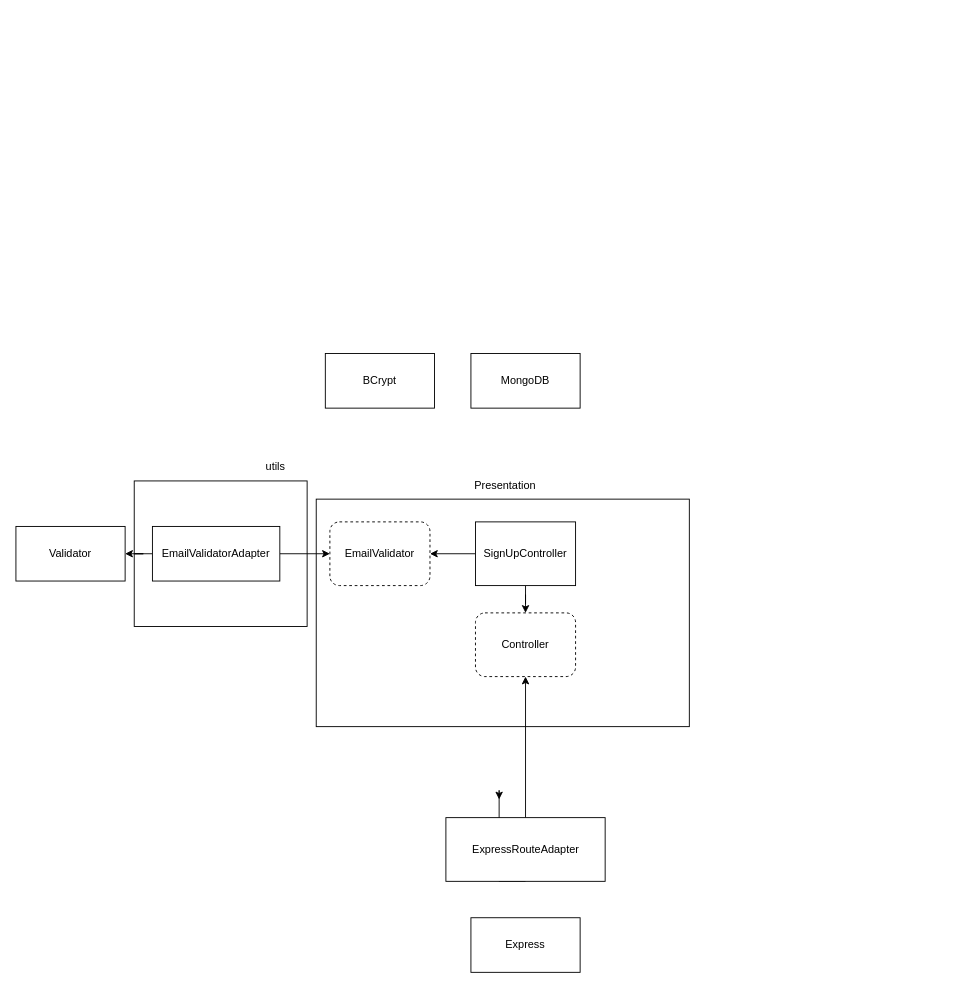
jnunes-ds/clean-node-api keeps this draw.io diagram as Diagrama sem nome.drawio. Above is the earlier version. Source tidied: cells renumbered, new cells numbered last; positions are measured from the earlier drawing's top-left corner, leaving out a move shared by most shapes. Both pictures are drawn from the tidied source at 91%, with x=0, y=0 at pixel (15, 353).
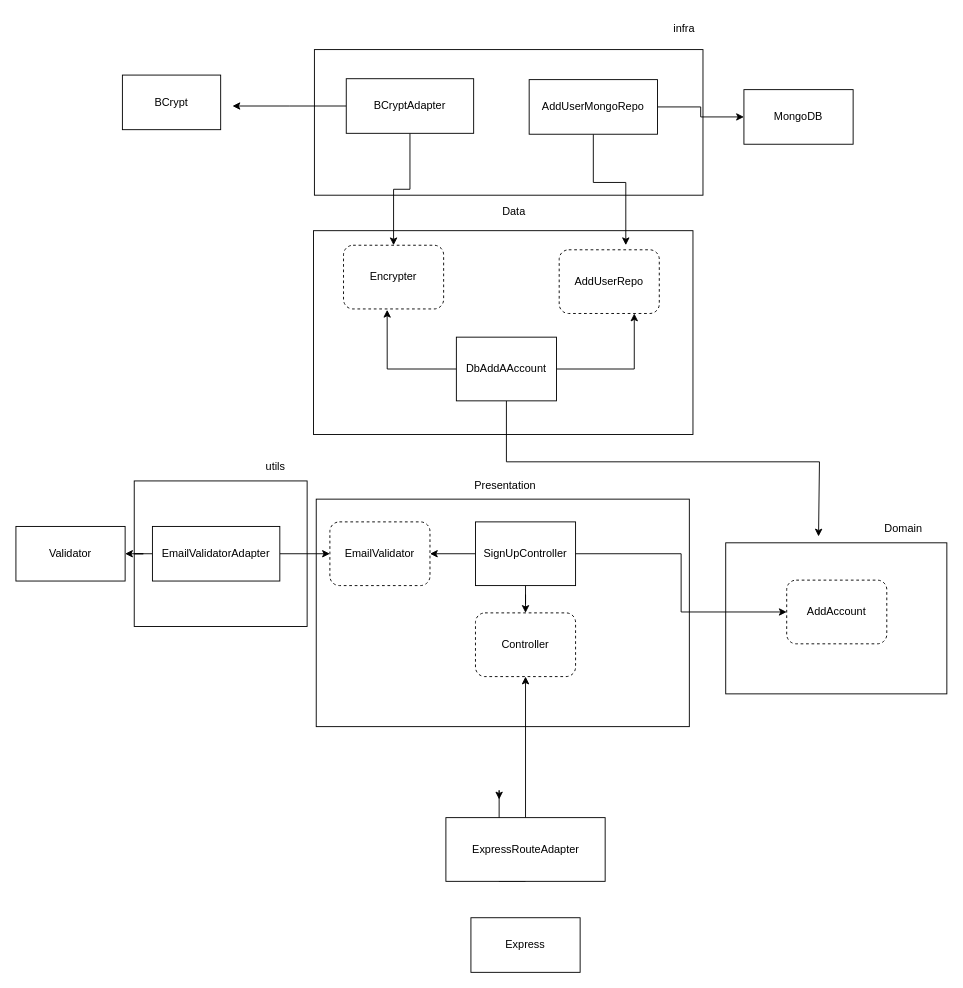
The same page after the edit.

Unchanged cells that the change refers to:
```xml
<mxCell id="7" value="SignUpController&lt;br&gt;" style="rounded=0;whiteSpace=wrap;html=1;" parent="1" vertex="1">
  <mxGeometry x="505" y="185" width="110" height="70" as="geometry" />
</mxCell>
```

Change to the diagram source:
```diff
@@
+    <mxCell id="21" style="rounded=0;whiteSpace=wrap;html=1;" parent="1" vertex="1">
+      <mxGeometry x="780" y="208" width="243" height="166" as="geometry" />
+    </mxCell>
@@
+    <mxCell id="22" style="edgeStyle=orthogonalEdgeStyle;rounded=0;jettySize=auto;html=1;entryX=0;entryY=0.5;entryDx=0;entryDy=0;" parent="1" edge="1" source="7" target="23">
+      <mxGeometry relative="1" as="geometry" />
+    </mxCell>
@@
     <mxCell id="9" value="MongoDB" style="rounded=0;whiteSpace=wrap;html=1;" parent="1" vertex="1">
-      <mxGeometry x="500" width="120" height="60" as="geometry" />
+      <mxGeometry x="800" y="-290" width="120" height="60" as="geometry" />
     </mxCell>
     <mxCell id="10" value="BCrypt" style="rounded=0;whiteSpace=wrap;html=1;" parent="1" vertex="1">
-      <mxGeometry x="340" width="120" height="60" as="geometry" />
+      <mxGeometry x="117" y="-306" width="108" height="60" as="geometry" />
     </mxCell>
@@
+    <mxCell id="23" value="AddAccount" style="rounded=1;whiteSpace=wrap;html=1;fillStyle=auto;gradientColor=none;fillColor=default;dashed=1;" parent="1" vertex="1">
+      <mxGeometry x="847" y="249" width="110" height="70" as="geometry" />
+    </mxCell>
+    <mxCell id="24" value="Domain" style="text;html=1;align=center;verticalAlign=middle;strokeColor=none;fillColor=none;" parent="1" vertex="1">
+      <mxGeometry x="945" y="179" width="60" height="27" as="geometry" />
+    </mxCell>
+    <mxCell id="25" style="rounded=0;whiteSpace=wrap;html=1;" parent="1" vertex="1">
+      <mxGeometry x="327" y="-135" width="417" height="224" as="geometry" />
+    </mxCell>
+    <mxCell id="26" value="Data" style="text;html=1;align=center;verticalAlign=middle;strokeColor=none;fillColor=none;" parent="1" vertex="1">
+      <mxGeometry x="525" y="-170" width="44" height="27" as="geometry" />
+    </mxCell>
+    <mxCell id="27" style="edgeStyle=orthogonalEdgeStyle;rounded=0;jettySize=auto;html=1;" parent="1" edge="1" source="30">
+      <mxGeometry relative="1" as="geometry">
+        <mxPoint x="882" y="201" as="targetPoint" />
+        <Array as="points">
+          <mxPoint x="539" y="119" />
+          <mxPoint x="883" y="119" />
+        </Array>
+      </mxGeometry>
+    </mxCell>
+    <mxCell id="28" style="edgeStyle=orthogonalEdgeStyle;rounded=0;jettySize=auto;html=1;entryX=0.436;entryY=1.014;entryDx=0;entryDy=0;entryPerimeter=0;" parent="1" edge="1" source="30" target="36">
+      <mxGeometry relative="1" as="geometry" />
+    </mxCell>
+    <mxCell id="29" style="edgeStyle=orthogonalEdgeStyle;rounded=0;jettySize=auto;html=1;entryX=0.75;entryY=1;entryDx=0;entryDy=0;" parent="1" edge="1" source="30" target="40">
+      <mxGeometry relative="1" as="geometry" />
+    </mxCell>
+    <mxCell id="30" value="DbAddAAccount" style="rounded=0;whiteSpace=wrap;html=1;" parent="1" vertex="1">
+      <mxGeometry x="484" y="-18" width="110" height="70" as="geometry" />
+    </mxCell>
+    <mxCell id="31" style="rounded=0;whiteSpace=wrap;html=1;" parent="1" vertex="1">
+      <mxGeometry x="328" y="-334" width="427" height="160" as="geometry" />
+    </mxCell>
+    <mxCell id="32" value="infra" style="text;html=1;align=center;verticalAlign=middle;strokeColor=none;fillColor=none;" parent="1" vertex="1">
+      <mxGeometry x="713" y="-371" width="42" height="27" as="geometry" />
+    </mxCell>
+    <mxCell id="33" style="edgeStyle=orthogonalEdgeStyle;rounded=0;jettySize=auto;html=1;" parent="1" edge="1" source="35">
+      <mxGeometry relative="1" as="geometry">
+        <mxPoint x="238" y="-272" as="targetPoint" />
+      </mxGeometry>
+    </mxCell>
+    <mxCell id="34" style="edgeStyle=orthogonalEdgeStyle;rounded=0;jettySize=auto;html=1;" parent="1" edge="1" source="35" target="36">
+      <mxGeometry relative="1" as="geometry" />
+    </mxCell>
+    <mxCell id="35" value="BCryptAdapter" style="rounded=0;whiteSpace=wrap;html=1;" parent="1" vertex="1">
+      <mxGeometry x="363" y="-302" width="140" height="60" as="geometry" />
+    </mxCell>
+    <mxCell id="36" value="Encrypter" style="rounded=1;whiteSpace=wrap;html=1;fillStyle=auto;gradientColor=none;fillColor=default;dashed=1;" parent="1" vertex="1">
+      <mxGeometry x="360" y="-119" width="110" height="70" as="geometry" />
+    </mxCell>
+    <mxCell id="37" style="edgeStyle=orthogonalEdgeStyle;rounded=0;jettySize=auto;html=1;entryX=0;entryY=0.5;entryDx=0;entryDy=0;" parent="1" edge="1" source="39" target="9">
+      <mxGeometry relative="1" as="geometry" />
+    </mxCell>
+    <mxCell id="38" style="edgeStyle=orthogonalEdgeStyle;rounded=0;jettySize=auto;html=1;entryX=0.823;entryY=0.071;entryDx=0;entryDy=0;entryPerimeter=0;" parent="1" edge="1" source="39" target="25">
+      <mxGeometry relative="1" as="geometry" />
+    </mxCell>
+    <mxCell id="39" value="AddUserMongoRepo" style="rounded=0;whiteSpace=wrap;html=1;" parent="1" vertex="1">
+      <mxGeometry x="564" y="-301" width="141" height="60" as="geometry" />
+    </mxCell>
+    <mxCell id="40" value="AddUserRepo" style="rounded=1;whiteSpace=wrap;html=1;fillStyle=auto;gradientColor=none;fillColor=default;dashed=1;" parent="1" vertex="1">
+      <mxGeometry x="597" y="-114" width="110" height="70" as="geometry" />
+    </mxCell>
```
